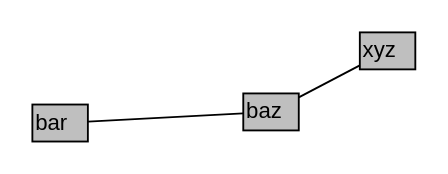
Earlier version of the draw.io diagram page "Tab 2" (2 of 2) of data/test.drawio (JesseAldridge/drawio-plus). Source tidied: cells renumbered, new cells numbered last; positions are measured from the earlier drawing's top-left corner, leaving out a move shared by most shapes. Both pictures are drawn from the tidied source at 185%, with x=0, y=0 at pixel (31, 31).
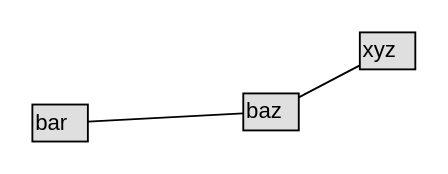
Above is the later version.

Diff of the diagram source:
```diff
@@
 <mxGraphModel>
   <root>
     <mxCell id="0" />
     <mxCell id="1" parent="0" />
-    <mxCell id="2" value="bar" style="text=;html=1;points=[];align=left;verticalAlign=top;spacingTop=-4;fillColor=#bfbfbf;" parent="1" vertex="1">
+    <mxCell id="2" value="bar" style="text=;html=1;points=[];align=left;verticalAlign=top;spacingTop=-4;fillColor=#dfdfdf;" parent="1" vertex="1">
       <mxGeometry y="39" width="30" height="20" as="geometry" />
     </mxCell>
-    <mxCell id="3" value="baz" style="text=;html=1;points=[];align=left;verticalAlign=top;spacingTop=-4;fillColor=#bfbfbf;" parent="1" vertex="1">
+    <mxCell id="3" value="baz" style="text=;html=1;points=[];align=left;verticalAlign=top;spacingTop=-4;fillColor=#dfdfdf;" parent="1" vertex="1">
       <mxGeometry x="114" y="33" width="30" height="20" as="geometry" />
     </mxCell>
-    <mxCell id="4" value="xyz" style="text=;html=1;points=[];align=left;verticalAlign=top;spacingTop=-4;fillColor=#bfbfbf;" parent="1" vertex="1">
+    <mxCell id="4" value="xyz" style="text=;html=1;points=[];align=left;verticalAlign=top;spacingTop=-4;fillColor=#dfdfdf;" parent="1" vertex="1">
       <mxGeometry x="177" width="30" height="20" as="geometry" />
     </mxCell>
     <mxCell id="5" style="endArrow=none;html=1;fillColor=#ff0000;" parent="1" edge="1" source="2" target="3">
       <mxGeometry relative="1" as="geometry" />
     </mxCell>
     <mxCell id="6" style="endArrow=none;html=1;fillColor=#ff0000;" parent="1" edge="1" source="3" target="4">
       <mxGeometry relative="1" as="geometry" />
     </mxCell>
   </root>
 </mxGraphModel>
```
